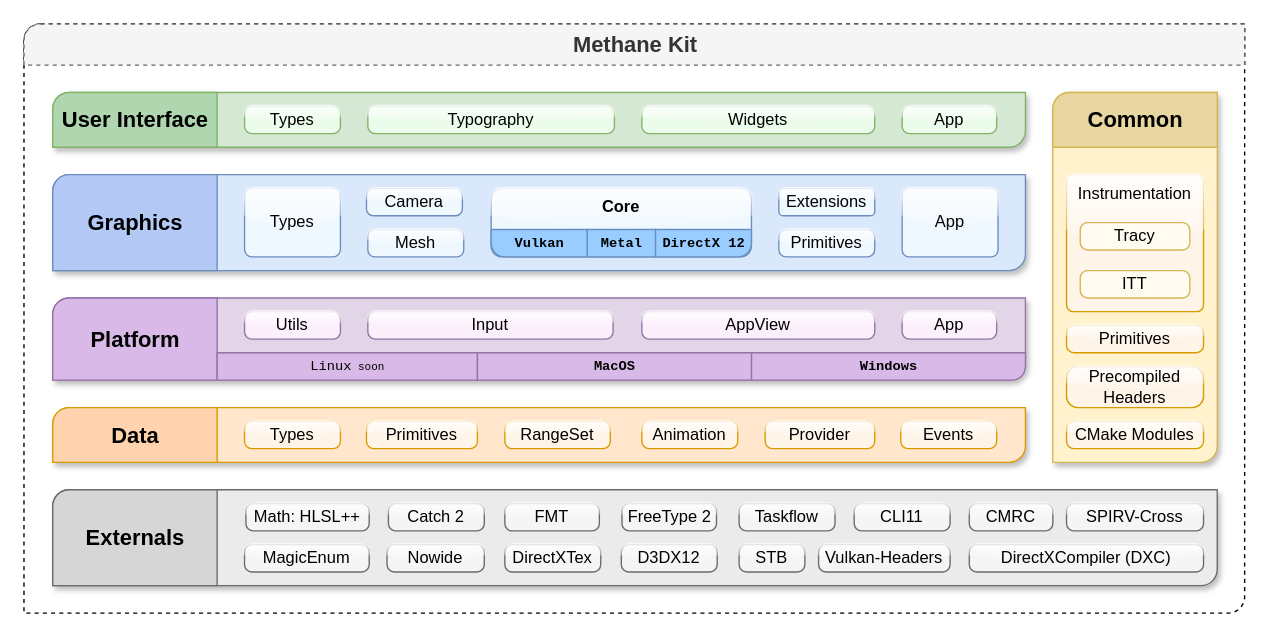
Above: Docs/Diagrams/MethaneKit_HighLevel_Architecture.drawio in MethanePowered/MethaneKit (draw.io), before the change. Source tidied: cells renumbered, new cells numbered last; positions are measured from the earlier drawing's top-left corner, leaving out a move shared by most shapes. Both pictures are drawn from the tidied source at 137%, with x=0, y=0 at pixel (23, 23).
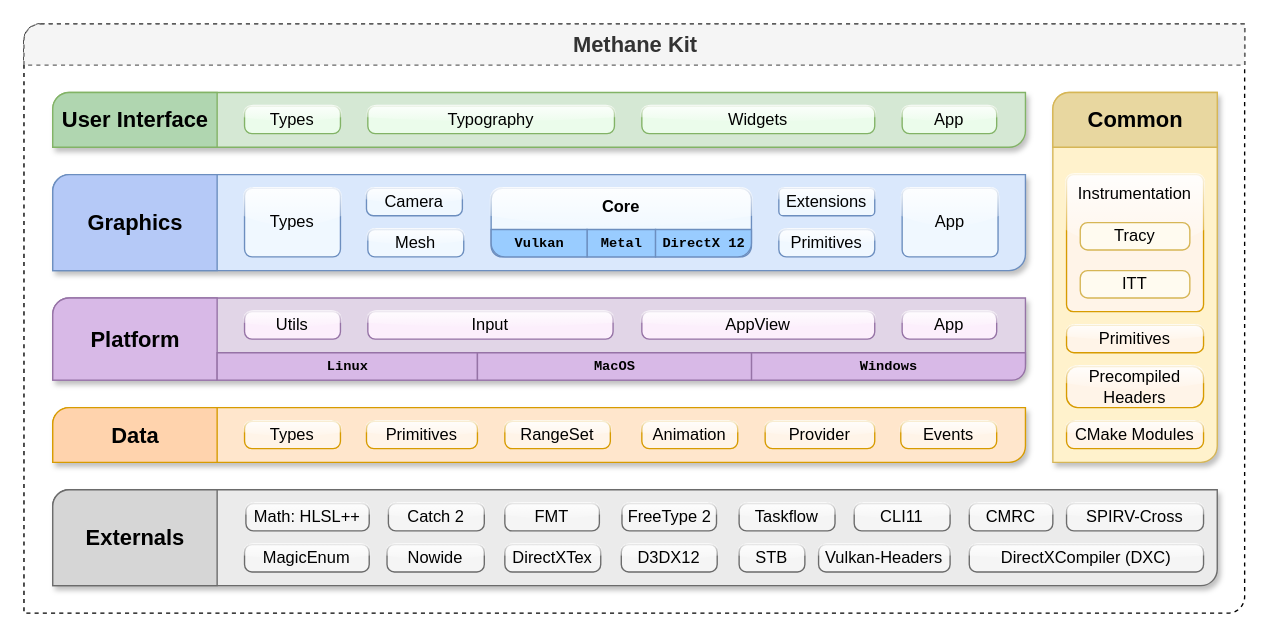
The same page after the edit.

Commit message (it also covers changes not shown here):
Update architecture diagram with Linux support

The edit, as a diff of the source:
```diff
@@
-    <mxCell id="54" value="Linux&lt;font style=&quot;font-size: 8px&quot;&gt; &lt;span style=&quot;&quot;&gt;soon&lt;/span&gt;&lt;/font&gt;" style="verticalLabelPosition=middle;verticalAlign=middle;html=1;shape=mxgraph.basic.corner_round_rect;dx=0;strokeColor=#9673a6;align=center;labelPosition=center;fontSize=10;fontStyle=0;flipH=1;flipV=1;fontFamily=Courier New;fillColor=#D8B9E7;labelBackgroundColor=none;" parent="1" vertex="1">
+    <mxCell id="54" value="Linux" style="verticalLabelPosition=middle;verticalAlign=middle;html=1;shape=mxgraph.basic.corner_round_rect;dx=0;strokeColor=#9673a6;align=center;labelPosition=center;fontSize=10;fontStyle=1;flipH=1;flipV=1;fontFamily=Courier New;fillColor=#D8B9E7;labelBackgroundColor=none;" parent="1" vertex="1">
       <mxGeometry x="141" y="240" width="190" height="20" as="geometry" />
     </mxCell>
```
